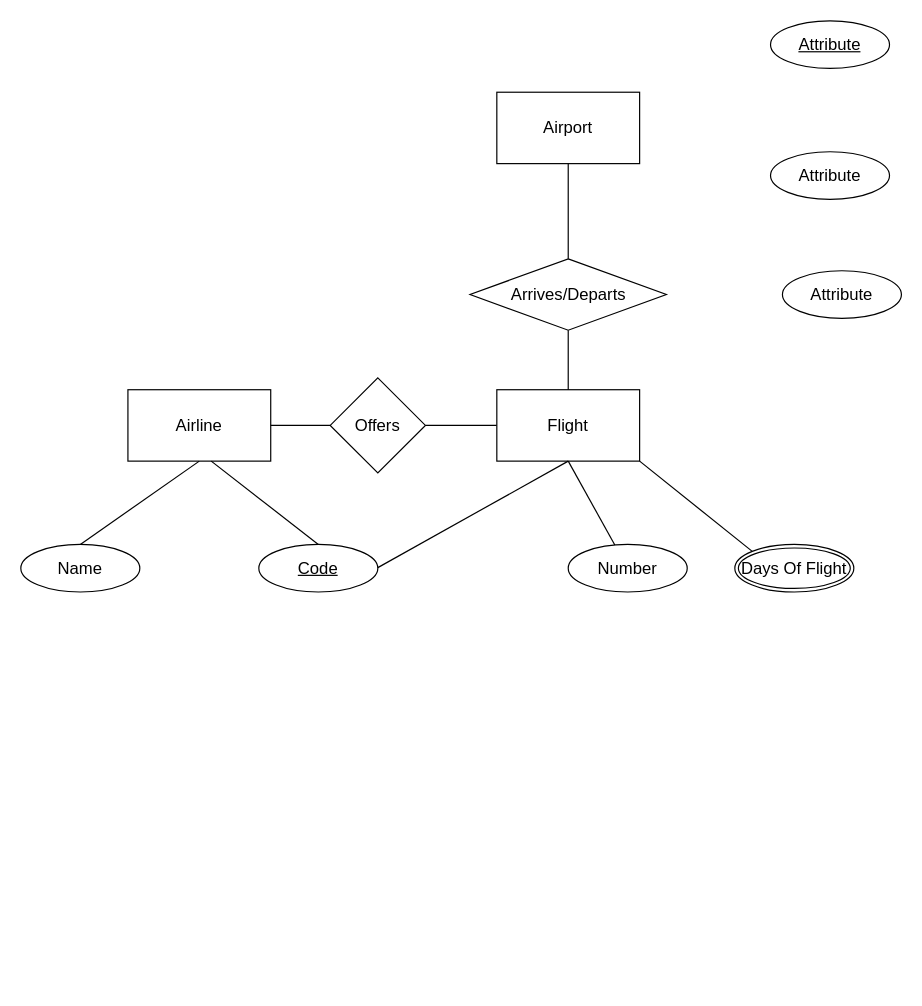
Before: diagrams/AirlineDatabase.drawio in danielGoldsteinCS2021/AirlineDatabase-ER-Diagram, a draw.io diagram. Source tidied: cells renumbered, new cells numbered last; positions are measured from the earlier drawing's top-left corner, leaving out a move shared by most shapes. Both pictures are drawn from the tidied source at 119%, with x=0, y=0 at pixel (20, 20).
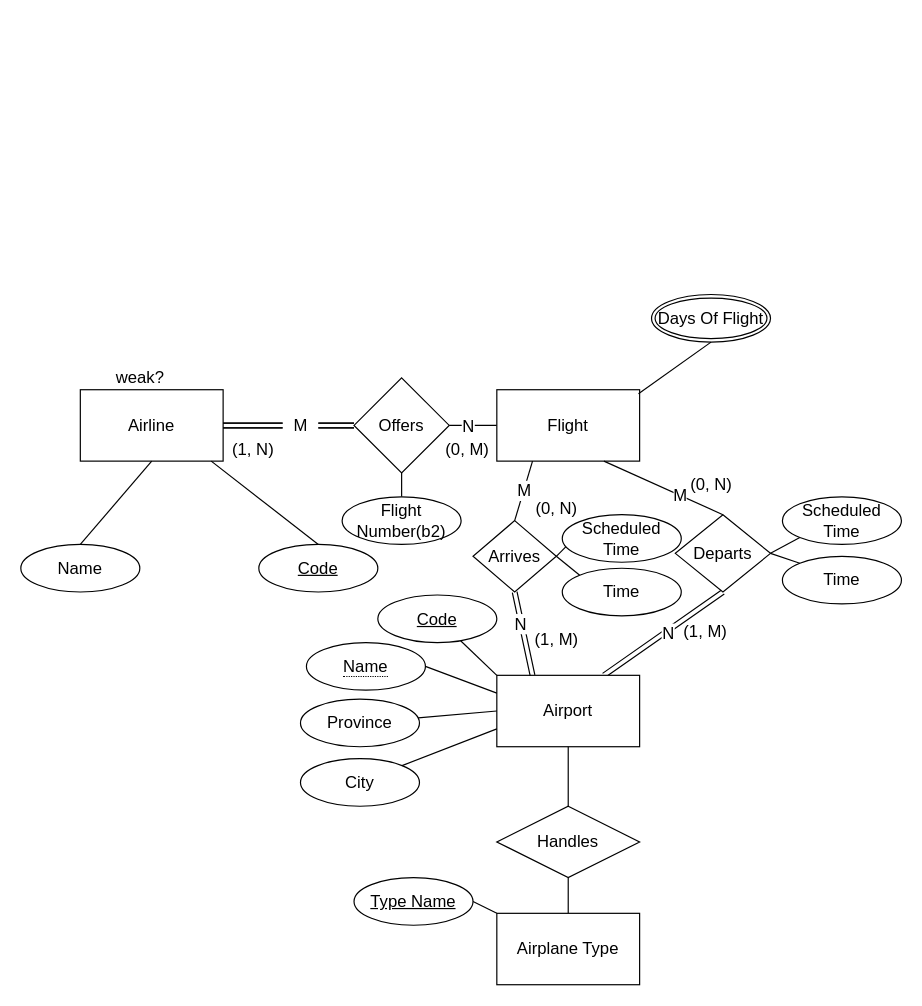
The same page after the edit.

Unchanged cells that the change refers to:
```xml
<mxCell id="7" style="endArrow=none;html=1;rounded=0;fontSize=14;exitX=1;exitY=0.5;exitDx=0;exitDy=0;" parent="1" edge="1" source="8">
  <mxGeometry relative="1" as="geometry">
    <mxPoint x="400" y="340" as="targetPoint" />
  </mxGeometry>
</mxCell>
<mxCell id="10" value="Flight" style="whiteSpace=wrap;html=1;align=center;fontSize=14;" parent="1" vertex="1">
  <mxGeometry x="400" y="310" width="120" height="60" as="geometry" />
</mxCell>
```

Diff of the diagram source:
```diff
@@
     <mxCell id="2" value="Airline" style="whiteSpace=wrap;html=1;align=center;fontSize=14;" parent="1" vertex="1">
-      <mxGeometry x="90" y="310" width="120" height="60" as="geometry" />
+      <mxGeometry x="50" y="310" width="120" height="60" as="geometry" />
     </mxCell>
@@
+    <mxCell id="23" value="N" style="edgeLabel;html=1;align=center;verticalAlign=middle;fontSize=14;" parent="7" vertex="1">
+      <mxGeometry x="-0.24" relative="1" as="geometry" />
+    </mxCell>
     <mxCell id="8" value="&lt;div&gt;Offers&lt;/div&gt;" style="rhombus;whiteSpace=wrap;html=1;fontSize=14;" parent="1" vertex="1">
-      <mxGeometry x="260" y="300" width="80" height="80" as="geometry" />
+      <mxGeometry x="280" y="300" width="80" height="80" as="geometry" />
     </mxCell>
-    <mxCell id="9" style="endArrow=none;html=1;rounded=0;fontSize=14;exitX=1;exitY=0.5;exitDx=0;exitDy=0;" parent="1" edge="1" source="2" target="8">
+    <mxCell id="9" style="endArrow=none;html=1;rounded=0;fontSize=14;exitX=1;exitY=0.5;exitDx=0;exitDy=0;shape=link;" parent="1" edge="1" source="30" target="8">
       <mxGeometry relative="1" as="geometry" />
     </mxCell>
@@
-    <mxCell id="11" style="endArrow=none;html=1;rounded=0;fontSize=14;entryX=0.5;entryY=1;entryDx=0;entryDy=0;" parent="1" edge="1" target="10">
-      <mxGeometry relative="1" as="geometry">
-        <mxPoint x="300" y="459.5" as="sourcePoint" />
-      </mxGeometry>
-    </mxCell>
-    <mxCell id="12" style="endArrow=none;html=1;rounded=0;fontSize=14;" parent="1" edge="1" target="13">
-      <mxGeometry relative="1" as="geometry">
-        <mxPoint x="460" y="370" as="sourcePoint" />
-      </mxGeometry>
-    </mxCell>
-    <mxCell id="13" value="Number" style="ellipse;whiteSpace=wrap;html=1;align=center;fontSize=14;" parent="1" vertex="1">
-      <mxGeometry x="460" y="440" width="100" height="40" as="geometry" />
-    </mxCell>
     <mxCell id="14" value="Days Of Flight" style="ellipse;shape=doubleEllipse;margin=3;whiteSpace=wrap;html=1;align=center;fontSize=14;" parent="1" vertex="1">
-      <mxGeometry x="600" y="440" width="100" height="40" as="geometry" />
+      <mxGeometry x="530" y="230" width="100" height="40" as="geometry" />
     </mxCell>
-    <mxCell id="15" style="endArrow=none;html=1;rounded=0;fontSize=14;entryX=0;entryY=0;entryDx=0;entryDy=0;" parent="1" edge="1" target="14">
-      <mxGeometry relative="1" as="geometry">
-        <mxPoint x="520" y="370" as="sourcePoint" />
-      </mxGeometry>
+    <mxCell id="15" style="endArrow=none;html=1;rounded=0;fontSize=14;entryX=0.5;entryY=1;entryDx=0;entryDy=0;exitX=0.992;exitY=0.055;exitDx=0;exitDy=0;exitPerimeter=0;" parent="1" edge="1" source="10" target="14">
+      <mxGeometry relative="1" as="geometry" />
     </mxCell>
-    <mxCell id="16" value="&lt;div&gt;Airport&lt;/div&gt;" style="whiteSpace=wrap;html=1;align=center;fontSize=14;" parent="1" vertex="1">
-      <mxGeometry x="400" y="60" width="120" height="60" as="geometry" />
-    </mxCell>
-    <mxCell id="17" style="endArrow=none;html=1;rounded=0;fontSize=14;" parent="1" edge="1" source="18" target="10">
-      <mxGeometry relative="1" as="geometry" />
-    </mxCell>
+    <mxCell id="24" style="edgeStyle=none;rounded=0;jettySize=auto;html=1;exitX=1;exitY=0.5;exitDx=0;exitDy=0;endArrow=none;endFill=0;fontSize=14;" parent="1" edge="1" source="18">
+      <mxGeometry relative="1" as="geometry">
+        <mxPoint x="460" y="440" as="targetPoint" />
+      </mxGeometry>
+    </mxCell>
+    <mxCell id="25" style="edgeStyle=none;rounded=0;jettySize=auto;html=1;exitX=1;exitY=0.5;exitDx=0;exitDy=0;endArrow=none;endFill=0;fontSize=14;entryX=0;entryY=0;entryDx=0;entryDy=0;" parent="1" edge="1" source="18" target="55">
+      <mxGeometry relative="1" as="geometry" />
+    </mxCell>
-    <mxCell id="18" value="Arrives/Departs" style="shape=rhombus;perimeter=rhombusPerimeter;whiteSpace=wrap;html=1;align=center;fontSize=14;" parent="1" vertex="1">
-      <mxGeometry x="377.5" y="200" width="165" height="60" as="geometry" />
+    <mxCell id="18" value="Arrives" style="shape=rhombus;perimeter=rhombusPerimeter;whiteSpace=wrap;html=1;align=center;fontSize=14;" parent="1" vertex="1">
+      <mxGeometry x="380" y="420" width="70" height="60" as="geometry" />
     </mxCell>
-    <mxCell id="19" style="endArrow=none;html=1;rounded=0;fontSize=14;exitX=0.5;exitY=1;exitDx=0;exitDy=0;entryX=0.5;entryY=0;entryDx=0;entryDy=0;" parent="1" edge="1" source="16" target="18">
+    <mxCell id="19" style="endArrow=none;html=1;rounded=0;fontSize=14;exitX=0.25;exitY=1;exitDx=0;exitDy=0;entryX=0.5;entryY=0;entryDx=0;entryDy=0;" parent="1" edge="1" source="10" target="18">
       <mxGeometry relative="1" as="geometry" />
     </mxCell>
+    <mxCell id="26" value="M" style="edgeLabel;html=1;align=center;verticalAlign=middle;fontSize=14;" parent="19" vertex="1">
+      <mxGeometry x="-0.01" relative="1" as="geometry" />
+    </mxCell>
+    <mxCell id="27" style="edgeStyle=none;rounded=0;jettySize=auto;html=1;entryX=0;entryY=0;entryDx=0;entryDy=0;endArrow=none;endFill=0;fontSize=14;" parent="1" edge="1" source="20" target="16">
+      <mxGeometry relative="1" as="geometry" />
+    </mxCell>
-    <mxCell id="20" value="Attribute" style="ellipse;whiteSpace=wrap;html=1;align=center;fontStyle=4;fontSize=14;" parent="1" vertex="1">
-      <mxGeometry x="630" width="100" height="40" as="geometry" />
+    <mxCell id="20" value="Code" style="ellipse;whiteSpace=wrap;html=1;align=center;fontStyle=4;fontSize=14;" parent="1" vertex="1">
+      <mxGeometry x="300" y="482.5" width="100" height="40" as="geometry" />
     </mxCell>
-    <mxCell id="21" value="Attribute" style="ellipse;whiteSpace=wrap;html=1;align=center;fontSize=14;" parent="1" vertex="1">
-      <mxGeometry x="630" y="110" width="100" height="40" as="geometry" />
-    </mxCell>
-    <mxCell id="22" value="Attribute" style="ellipse;whiteSpace=wrap;html=1;align=center;fontSize=14;" parent="1" vertex="1">
-      <mxGeometry x="640" y="210" width="100" height="40" as="geometry" />
+    <mxCell id="22" value="Province" style="ellipse;whiteSpace=wrap;html=1;align=center;fontSize=14;" parent="1" vertex="1">
+      <mxGeometry x="235" y="570" width="100" height="40" as="geometry" />
     </mxCell>
+    <mxCell id="28" style="edgeStyle=orthogonalEdgeStyle;shape=link;rounded=0;jettySize=auto;html=1;fontSize=14;" parent="1" edge="1" source="30" target="2">
+      <mxGeometry relative="1" as="geometry" />
+    </mxCell>
+    <mxCell id="29" style="edgeStyle=orthogonalEdgeStyle;shape=link;rounded=0;jettySize=auto;html=1;fontSize=14;" parent="1" edge="1" source="30" target="8">
+      <mxGeometry relative="1" as="geometry" />
+    </mxCell>
+    <mxCell id="30" value="M" style="text;html=1;align=center;verticalAlign=middle;points=[];fontSize=14;" parent="1" vertex="1">
+      <mxGeometry x="220" y="330" width="30" height="20" as="geometry" />
+    </mxCell>
+    <mxCell id="31" style="endArrow=none;html=1;rounded=0;fontSize=14;exitX=1;exitY=0.5;exitDx=0;exitDy=0;shape=link;" parent="1" edge="1" source="2" target="30">
+      <mxGeometry relative="1" as="geometry" />
+    </mxCell>
+    <mxCell id="32" value="(1, N)" style="text;html=1;align=center;verticalAlign=middle;fontSize=14;" parent="1" vertex="1">
+      <mxGeometry x="170" y="350" width="50" height="20" as="geometry" />
+    </mxCell>
+    <mxCell id="33" value="(0, M)" style="text;html=1;align=center;verticalAlign=middle;fontSize=14;" parent="1" vertex="1">
+      <mxGeometry x="350" y="350" width="50" height="20" as="geometry" />
+    </mxCell>
+    <mxCell id="34" style="endArrow=none;html=1;fontSize=14;" parent="1" edge="1">
+      <mxGeometry relative="1" as="geometry">
+        <mxPoint x="320" y="400" as="sourcePoint" />
+        <mxPoint x="320" y="380" as="targetPoint" />
+      </mxGeometry>
+    </mxCell>
+    <mxCell id="35" value="Flight Number(b2)" style="ellipse;whiteSpace=wrap;html=1;align=center;fontSize=14;" parent="1" vertex="1">
+      <mxGeometry x="270" y="400" width="100" height="40" as="geometry" />
+    </mxCell>
+    <mxCell id="36" style="jettySize=auto;html=1;exitX=0.5;exitY=1;exitDx=0;exitDy=0;fontSize=14;rounded=0;endArrow=none;endFill=0;entryX=0.75;entryY=0;entryDx=0;entryDy=0;shape=link;" parent="1" edge="1" source="39" target="16">
+      <mxGeometry relative="1" as="geometry" />
+    </mxCell>
+    <mxCell id="37" value="N" style="edgeLabel;html=1;align=center;verticalAlign=middle;fontSize=14;" parent="36" vertex="1">
+      <mxGeometry x="-0.05" y="1" relative="1" as="geometry" />
+    </mxCell>
+    <mxCell id="38" style="edgeStyle=none;rounded=0;jettySize=auto;html=1;exitX=1;exitY=0.5;exitDx=0;exitDy=0;entryX=0;entryY=1;entryDx=0;entryDy=0;endArrow=none;endFill=0;fontSize=14;" parent="1" edge="1" source="39" target="56">
+      <mxGeometry relative="1" as="geometry" />
+    </mxCell>
+    <mxCell id="39" value="Departs" style="shape=rhombus;perimeter=rhombusPerimeter;whiteSpace=wrap;html=1;align=center;fontSize=14;" parent="1" vertex="1">
+      <mxGeometry x="550" y="415" width="80" height="65" as="geometry" />
+    </mxCell>
+    <mxCell id="40" style="endArrow=none;html=1;rounded=0;fontSize=14;entryX=0.5;entryY=0;entryDx=0;entryDy=0;exitX=0.75;exitY=1;exitDx=0;exitDy=0;" parent="1" edge="1" source="10" target="39">
+      <mxGeometry relative="1" as="geometry" />
+    </mxCell>
+    <mxCell id="41" value="M" style="edgeLabel;html=1;align=center;verticalAlign=middle;fontSize=14;" parent="40" vertex="1">
+      <mxGeometry x="0.27" relative="1" as="geometry" />
+    </mxCell>
+    <mxCell id="16" value="Airport" style="whiteSpace=wrap;html=1;align=center;fontSize=14;" parent="1" vertex="1">
+      <mxGeometry x="400" y="550" width="120" height="60" as="geometry" />
+    </mxCell>
+    <mxCell id="42" style="endArrow=none;html=1;rounded=0;fontSize=14;entryX=0.25;entryY=0;entryDx=0;entryDy=0;exitX=0.5;exitY=1;exitDx=0;exitDy=0;shape=link;" parent="1" edge="1" source="18" target="16">
+      <mxGeometry relative="1" as="geometry" />
+    </mxCell>
+    <mxCell id="43" value="N" style="edgeLabel;html=1;align=center;verticalAlign=middle;fontSize=14;" parent="42" vertex="1">
+      <mxGeometry x="-0.35" relative="1" as="geometry">
+        <mxPoint y="3.9" as="offset" />
+      </mxGeometry>
+    </mxCell>
+    <mxCell id="44" value="weak?" style="text;html=1;align=center;verticalAlign=middle;fontSize=14;" parent="1" vertex="1">
+      <mxGeometry x="70" y="290" width="60" height="20" as="geometry" />
+    </mxCell>
+    <mxCell id="45" style="endArrow=none;html=1;rounded=0;fontSize=14;exitX=1;exitY=0.5;exitDx=0;exitDy=0;entryX=0;entryY=0.25;entryDx=0;entryDy=0;" parent="1" edge="1" source="51" target="16">
+      <mxGeometry relative="1" as="geometry" />
+    </mxCell>
+    <mxCell id="46" style="endArrow=none;html=1;rounded=0;fontSize=14;entryX=0;entryY=0.5;entryDx=0;entryDy=0;" parent="1" edge="1" source="22" target="16">
+      <mxGeometry relative="1" as="geometry" />
+    </mxCell>
+    <mxCell id="47" value="(0, N)" style="text;html=1;align=center;verticalAlign=middle;fontSize=14;" parent="1" vertex="1">
+      <mxGeometry x="425" y="400" width="50" height="20" as="geometry" />
+    </mxCell>
+    <mxCell id="48" value="(0, N)" style="text;html=1;align=center;verticalAlign=middle;fontSize=14;" parent="1" vertex="1">
+      <mxGeometry x="555" y="380" width="50" height="20" as="geometry" />
+    </mxCell>
+    <mxCell id="49" value="(1, M)" style="text;html=1;align=center;verticalAlign=middle;fontSize=14;" parent="1" vertex="1">
+      <mxGeometry x="550" y="502.5" width="50" height="20" as="geometry" />
+    </mxCell>
+    <mxCell id="50" value="(1, M)" style="text;html=1;align=center;verticalAlign=middle;fontSize=14;rotation=0;" parent="1" vertex="1">
+      <mxGeometry x="425" y="510" width="50" height="20" as="geometry" />
+    </mxCell>
+    <mxCell id="51" value="&lt;span style=&quot;border-bottom: 1px dotted&quot;&gt;Name&lt;br&gt;&lt;/span&gt;" style="ellipse;whiteSpace=wrap;html=1;align=center;fontSize=14;" parent="1" vertex="1">
+      <mxGeometry x="240" y="522.5" width="100" height="40" as="geometry" />
+    </mxCell>
+    <mxCell id="52" value="&lt;div&gt;City&lt;/div&gt;" style="ellipse;whiteSpace=wrap;html=1;align=center;fontSize=14;" parent="1" vertex="1">
+      <mxGeometry x="235" y="620" width="100" height="40" as="geometry" />
+    </mxCell>
+    <mxCell id="53" style="endArrow=none;html=1;rounded=0;fontSize=14;entryX=0;entryY=0.75;entryDx=0;entryDy=0;exitX=1;exitY=0;exitDx=0;exitDy=0;" parent="1" edge="1" source="52" target="16">
+      <mxGeometry relative="1" as="geometry" />
+    </mxCell>
+    <mxCell id="54" value="Scheduled Time" style="ellipse;whiteSpace=wrap;html=1;align=center;fontSize=14;" parent="1" vertex="1">
+      <mxGeometry x="455" y="415" width="100" height="40" as="geometry" />
+    </mxCell>
+    <mxCell id="55" value="Time" style="ellipse;whiteSpace=wrap;html=1;align=center;fontSize=14;" parent="1" vertex="1">
+      <mxGeometry x="455" y="460" width="100" height="40" as="geometry" />
+    </mxCell>
+    <mxCell id="56" value="Scheduled Time" style="ellipse;whiteSpace=wrap;html=1;align=center;fontSize=14;" parent="1" vertex="1">
+      <mxGeometry x="640" y="400" width="100" height="40" as="geometry" />
+    </mxCell>
+    <mxCell id="57" style="edgeStyle=none;rounded=0;jettySize=auto;html=1;exitX=0;exitY=0;exitDx=0;exitDy=0;entryX=1;entryY=0.5;entryDx=0;entryDy=0;endArrow=none;endFill=0;fontSize=14;" parent="1" edge="1" source="58" target="39">
+      <mxGeometry relative="1" as="geometry" />
+    </mxCell>
+    <mxCell id="58" value="Time" style="ellipse;whiteSpace=wrap;html=1;align=center;fontSize=14;" parent="1" vertex="1">
+      <mxGeometry x="640" y="450" width="100" height="40" as="geometry" />
+    </mxCell>
+    <mxCell id="59" style="edgeStyle=none;rounded=0;jettySize=auto;html=1;endArrow=none;endFill=0;fontSize=14;" parent="1" edge="1" source="60" target="16">
+      <mxGeometry relative="1" as="geometry" />
+    </mxCell>
+    <mxCell id="60" value="Handles" style="shape=rhombus;perimeter=rhombusPerimeter;whiteSpace=wrap;html=1;align=center;fontSize=14;" parent="1" vertex="1">
+      <mxGeometry x="400" y="660" width="120" height="60" as="geometry" />
+    </mxCell>
+    <mxCell id="61" style="edgeStyle=none;rounded=0;jettySize=auto;html=1;endArrow=none;endFill=0;fontSize=14;" parent="1" edge="1" source="62" target="60">
+      <mxGeometry relative="1" as="geometry" />
+    </mxCell>
+    <mxCell id="62" value="Airplane Type" style="whiteSpace=wrap;html=1;align=center;fontSize=14;" parent="1" vertex="1">
+      <mxGeometry x="400" y="750" width="120" height="60" as="geometry" />
+    </mxCell>
+    <mxCell id="63" value="Type Name" style="ellipse;whiteSpace=wrap;html=1;align=center;fontStyle=4;fontSize=14;" parent="1" vertex="1">
+      <mxGeometry x="280" y="720" width="100" height="40" as="geometry" />
+    </mxCell>
+    <mxCell id="64" style="endArrow=none;html=1;rounded=0;fontSize=14;exitX=1;exitY=0.5;exitDx=0;exitDy=0;" parent="1" edge="1" source="63" target="62">
+      <mxGeometry relative="1" as="geometry" />
+    </mxCell>
```
